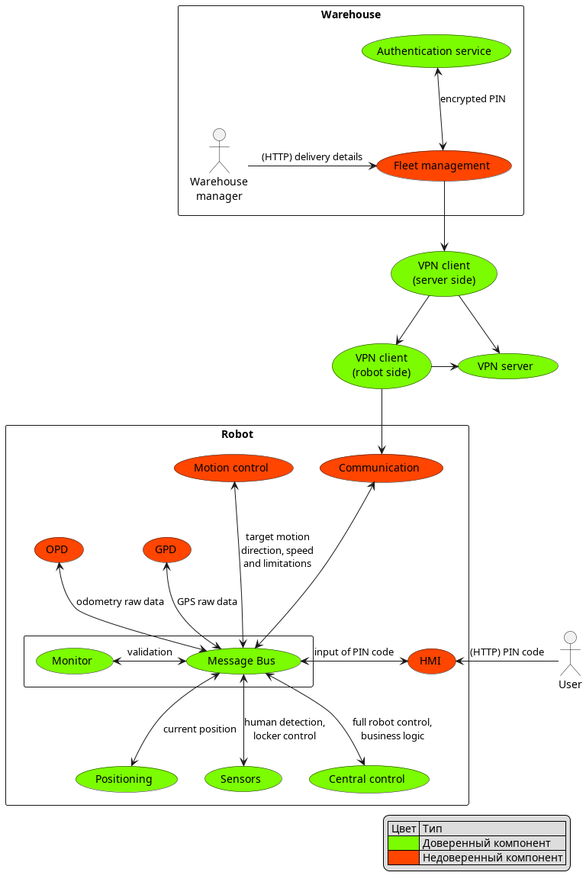
This is docs/diagrams/res/HLA_trusted.png from Losssaw3/cyberimmune-delivery-robot, a PlantUML export, as it was before one commit.
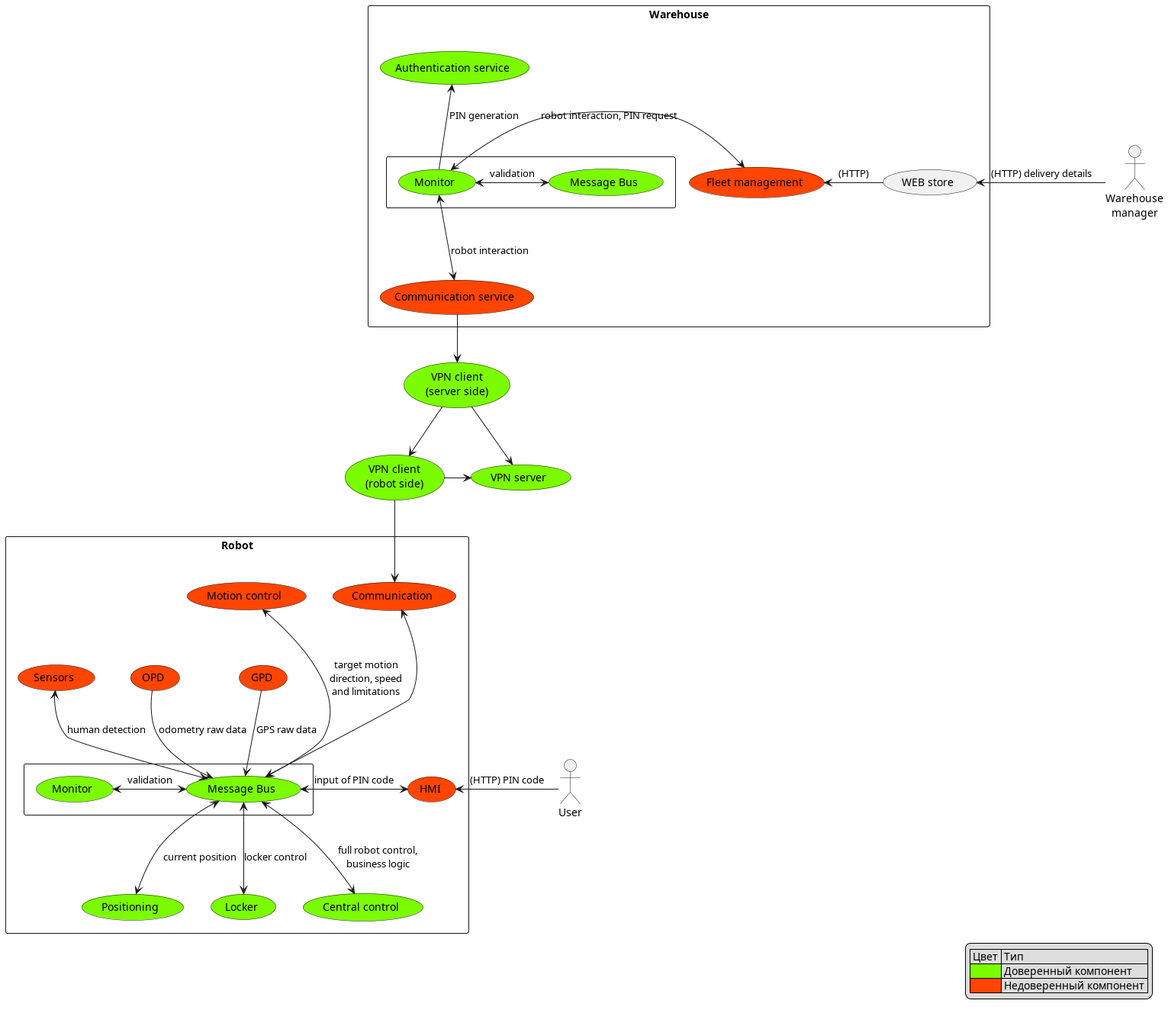
The same file after the commit.

The edit, as a diff of the source:
```diff
@@ -6,14 +6,31 @@
 usecase "VPN client\n(robot side)" as VPNC1 #lawngreen
 usecase "VPN server" as VPNS #lawngreen
 
+actor "Warehouse\n  manager" as W
+
+
 rectangle Warehouse {
-    actor "Warehouse\n  manager" as W
+    usecase "WEB store" as WS
+    W -left-> WS: (HTTP) delivery details
+
     usecase "Fleet management" as FMS #orangered
     usecase "Authentication service" as AS #lawngreen
+    usecase "Communication service" as CS_SRV #orangered
 
-    W -> FMS : (HTTP) delivery details
-    FMS <-up-> AS: encrypted PIN
-    FMS --> VPNC0
+    rectangle {
+        usecase "Message Bus" as MB_SRV #lawngreen
+        usecase "Monitor" as M_SRV #lawngreen
+
+        M_SRV <-> MB_SRV: validation
+    }
+
+    WS -left-> FMS: (HTTP)
+
+    M_SRV <-left-> FMS: robot interaction, PIN request
+    M_SRV <-down-> CS_SRV: robot interaction
+    M_SRV -up-> AS: PIN generation
+
+    CS_SRV --> VPNC0
 }
 
 VPNC0 --> VPNC1
@@ -26,7 +43,8 @@
     usecase "GPD" as GPD #orangered
     usecase "OPD" as OPD #orangered
     usecase "Positioning" as PU #lawngreen
-    usecase "Sensors" as SU #lawngreen
+    usecase "Sensors" as SU #orangered
+    usecase "Locker" as LU #lawngreen
     usecase "HMI" as HMI #orangered
     usecase "Central control" as CCU #lawngreen
 
@@ -41,14 +59,15 @@
 
     CS <---> MB
 
+    MCU <---> MB: target motion\ndirection, speed\nand limitations
     MB <-down-> CCU: full robot control,\nbusiness logic
-    MCU <---> MB: target motion\ndirection, speed\nand limitations
+    SU <-down-> MB: human detection
     PU <-up-> MB: current position
-    SU <-up-> MB: human detection,\nlocker control
+    LU <-up-> MB: locker control
     HMI <-> MB : input of PIN code
 
-    OPD <--> MB: odometry raw data
-    GPD <-down-> MB: GPS raw data
+    OPD --> MB: odometry raw data
+    GPD -down-> MB: GPS raw data
 
     U -> HMI: (HTTP) PIN code
 }
```
